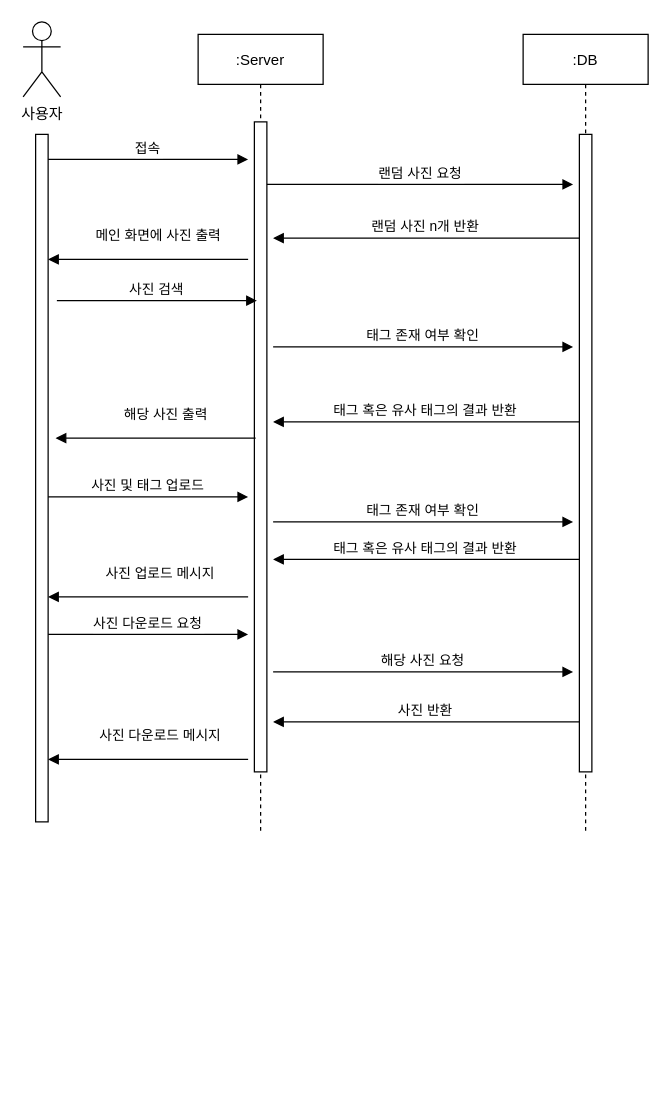
This is Untitled Diagram.drawio from betty214/codingtest, a draw.io file, before an edit. Source tidied: cells renumbered, new cells numbered last; positions are measured from the earlier drawing's top-left corner, leaving out a move shared by most shapes. Both pictures are drawn from the tidied source at 125%, with x=0, y=0 at pixel (22, 21).
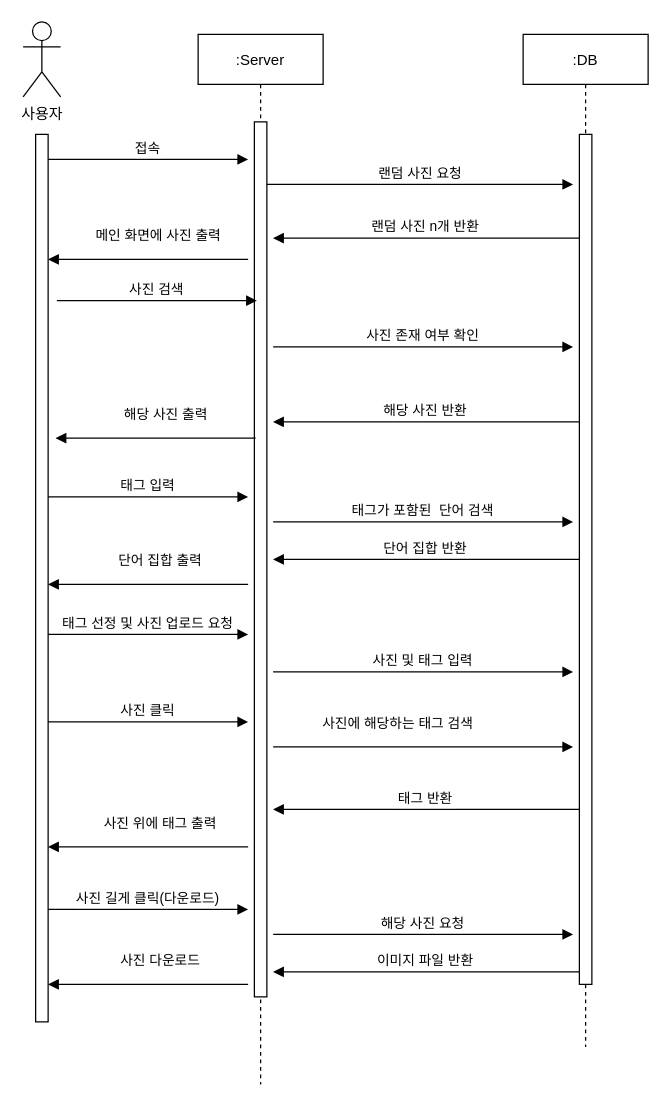
The same diagram, later.

Diff of the diagram source:
```diff
@@
     <mxCell id="2" value=":Server" style="shape=umlLifeline;perimeter=lifelinePerimeter;rounded=0;shadow=0;strokeWidth=1;" parent="1" vertex="1">
-      <mxGeometry x="140" y="10" width="100" height="640" as="geometry" />
+      <mxGeometry x="140" y="10" width="100" height="840" as="geometry" />
     </mxCell>
     <mxCell id="3" style="points=[];perimeter=orthogonalPerimeter;rounded=0;shadow=0;strokeWidth=1;" parent="2" vertex="1">
-      <mxGeometry x="45" y="70" width="10" height="520" as="geometry" />
+      <mxGeometry x="45" y="70" width="10" height="700" as="geometry" />
     </mxCell>
     <mxCell id="4" value=":DB" style="shape=umlLifeline;perimeter=lifelinePerimeter;rounded=0;shadow=0;strokeWidth=1;" parent="1" vertex="1">
-      <mxGeometry x="400" y="10" width="100" height="640" as="geometry" />
+      <mxGeometry x="400" y="10" width="100" height="810" as="geometry" />
     </mxCell>
     <mxCell id="5" style="perimeter=orthogonalPerimeter;rounded=0;shadow=0;strokeWidth=1;" parent="4" vertex="1">
-      <mxGeometry x="45" y="80" width="10" height="510" as="geometry" />
+      <mxGeometry x="45" y="80" width="10" height="680" as="geometry" />
     </mxCell>
@@
     <mxCell id="8" style="perimeter=orthogonalPerimeter;rounded=0;shadow=0;strokeWidth=1;" parent="1" vertex="1">
-      <mxGeometry x="10" y="90" width="10" height="550" as="geometry" />
+      <mxGeometry x="10" y="90" width="10" height="710" as="geometry" />
     </mxCell>
@@
-    <mxCell id="13" value="태그 존재 여부 확인" style="verticalAlign=bottom;endArrow=block;shadow=0;strokeWidth=1;" parent="1" edge="1">
+    <mxCell id="13" value="사진 존재 여부 확인" style="verticalAlign=bottom;endArrow=block;shadow=0;strokeWidth=1;" parent="1" edge="1">
       <mxGeometry relative="1" as="geometry">
         <mxPoint x="200" y="260" as="sourcePoint" />
         <mxPoint x="440" y="260" as="targetPoint" />
       </mxGeometry>
     </mxCell>
-    <mxCell id="14" value="태그 혹은 유사 태그의 결과 반환" style="verticalAlign=bottom;endArrow=block;shadow=0;strokeWidth=1;" parent="1" edge="1">
+    <mxCell id="14" value="해당 사진 반환" style="verticalAlign=bottom;endArrow=block;shadow=0;strokeWidth=1;" parent="1" edge="1">
       <mxGeometry relative="1" as="geometry">
         <mxPoint x="445" y="320" as="sourcePoint" />
         <mxPoint x="200" y="320" as="targetPoint" />
         <Array as="points">
           <mxPoint x="335" y="320" />
         </Array>
       </mxGeometry>
     </mxCell>
@@
-    <mxCell id="16" value="사진 및 태그 업로드" style="verticalAlign=bottom;endArrow=block;shadow=0;strokeWidth=1;" parent="1" edge="1">
+    <mxCell id="16" value="태그 입력" style="verticalAlign=bottom;endArrow=block;shadow=0;strokeWidth=1;" parent="1" edge="1">
       <mxGeometry relative="1" as="geometry">
         <mxPoint x="20" y="380" as="sourcePoint" />
         <mxPoint x="180" y="380" as="targetPoint" />
       </mxGeometry>
     </mxCell>
-    <mxCell id="17" value="태그 존재 여부 확인" style="verticalAlign=bottom;endArrow=block;shadow=0;strokeWidth=1;" parent="1" edge="1">
+    <mxCell id="17" value="태그가 포함된  단어 검색" style="verticalAlign=bottom;endArrow=block;shadow=0;strokeWidth=1;" parent="1" edge="1">
       <mxGeometry relative="1" as="geometry">
         <mxPoint x="200" y="400" as="sourcePoint" />
         <mxPoint x="440" y="400" as="targetPoint" />
       </mxGeometry>
     </mxCell>
-    <mxCell id="18" value="태그 혹은 유사 태그의 결과 반환" style="verticalAlign=bottom;endArrow=block;shadow=0;strokeWidth=1;" parent="1" edge="1">
+    <mxCell id="18" value="단어 집합 반환" style="verticalAlign=bottom;endArrow=block;shadow=0;strokeWidth=1;" parent="1" edge="1">
       <mxGeometry relative="1" as="geometry">
         <mxPoint x="445" y="430" as="sourcePoint" />
         <mxPoint x="200" y="430" as="targetPoint" />
       </mxGeometry>
     </mxCell>
-    <mxCell id="19" value="사진 다운로드 요청" style="verticalAlign=bottom;endArrow=block;shadow=0;strokeWidth=1;" parent="1" edge="1">
+    <mxCell id="19" value="태그 선정 및 사진 업로드 요청" style="verticalAlign=bottom;endArrow=block;shadow=0;strokeWidth=1;" parent="1" edge="1">
       <mxGeometry relative="1" as="geometry">
         <mxPoint x="20" y="490" as="sourcePoint" />
         <mxPoint x="180" y="490" as="targetPoint" />
       </mxGeometry>
     </mxCell>
-    <mxCell id="20" value="사진 업로드 메시지" style="verticalAlign=bottom;endArrow=block;shadow=0;strokeWidth=1;" parent="1" edge="1">
+    <mxCell id="20" value="단어 집합 출력" style="verticalAlign=bottom;endArrow=block;shadow=0;strokeWidth=1;" parent="1" edge="1">
       <mxGeometry x="-0.12" y="-10" relative="1" as="geometry">
-        <mxPoint x="180" y="460" as="sourcePoint" />
-        <mxPoint x="20" y="460" as="targetPoint" />
+        <mxPoint x="180" y="450" as="sourcePoint" />
+        <mxPoint x="20" y="450" as="targetPoint" />
       </mxGeometry>
     </mxCell>
-    <mxCell id="21" value="해당 사진 요청" style="verticalAlign=bottom;endArrow=block;shadow=0;strokeWidth=1;" parent="1" edge="1">
+    <mxCell id="21" value="사진 및 태그 입력" style="verticalAlign=bottom;endArrow=block;shadow=0;strokeWidth=1;" parent="1" edge="1">
       <mxGeometry relative="1" as="geometry">
         <mxPoint x="200" y="520" as="sourcePoint" />
         <mxPoint x="440" y="520" as="targetPoint" />
       </mxGeometry>
     </mxCell>
-    <mxCell id="22" value="사진 반환" style="verticalAlign=bottom;endArrow=block;shadow=0;strokeWidth=1;" parent="1" edge="1">
-      <mxGeometry relative="1" as="geometry">
-        <mxPoint x="445" y="560" as="sourcePoint" />
-        <mxPoint x="200" y="560" as="targetPoint" />
-      </mxGeometry>
-    </mxCell>
-    <mxCell id="23" value="사진 다운로드 메시지" style="verticalAlign=bottom;endArrow=block;shadow=0;strokeWidth=1;" parent="1" edge="1">
-      <mxGeometry x="-0.12" y="-10" relative="1" as="geometry">
-        <mxPoint x="180" y="590" as="sourcePoint" />
-        <mxPoint x="20" y="590" as="targetPoint" />
-      </mxGeometry>
-    </mxCell>
+    <mxCell id="24" value="사진 클릭" style="verticalAlign=bottom;endArrow=block;shadow=0;strokeWidth=1;" parent="1" edge="1">
+      <mxGeometry relative="1" as="geometry">
+        <mxPoint x="20" y="560" as="sourcePoint" />
+        <mxPoint x="180" y="560" as="targetPoint" />
+      </mxGeometry>
+    </mxCell>
+    <mxCell id="25" value="사진에 해당하는 태그 검색" style="verticalAlign=bottom;endArrow=block;shadow=0;strokeWidth=1;" parent="1" edge="1">
+      <mxGeometry x="-0.17" y="10" relative="1" as="geometry">
+        <mxPoint x="200" y="580" as="sourcePoint" />
+        <mxPoint x="440" y="580" as="targetPoint" />
+        <Array as="points">
+          <mxPoint x="330" y="580" />
+        </Array>
+      </mxGeometry>
+    </mxCell>
+    <mxCell id="26" value="사진 위에 태그 출력" style="verticalAlign=bottom;endArrow=block;shadow=0;strokeWidth=1;" parent="1" edge="1">
+      <mxGeometry x="-0.12" y="-10" relative="1" as="geometry">
+        <mxPoint x="180" y="660" as="sourcePoint" />
+        <mxPoint x="20" y="660" as="targetPoint" />
+      </mxGeometry>
+    </mxCell>
+    <mxCell id="27" value="태그 반환" style="verticalAlign=bottom;endArrow=block;shadow=0;strokeWidth=1;" parent="1" edge="1">
+      <mxGeometry relative="1" as="geometry">
+        <mxPoint x="445" y="630" as="sourcePoint" />
+        <mxPoint x="200" y="630" as="targetPoint" />
+      </mxGeometry>
+    </mxCell>
+    <mxCell id="28" value="사진 길게 클릭(다운로드)" style="verticalAlign=bottom;endArrow=block;shadow=0;strokeWidth=1;" parent="1" edge="1">
+      <mxGeometry relative="1" as="geometry">
+        <mxPoint x="20" y="710" as="sourcePoint" />
+        <mxPoint x="180" y="710" as="targetPoint" />
+      </mxGeometry>
+    </mxCell>
+    <mxCell id="29" value="해당 사진 요청" style="verticalAlign=bottom;endArrow=block;shadow=0;strokeWidth=1;" parent="1" edge="1">
+      <mxGeometry relative="1" as="geometry">
+        <mxPoint x="200" y="730" as="sourcePoint" />
+        <mxPoint x="440" y="730" as="targetPoint" />
+      </mxGeometry>
+    </mxCell>
+    <mxCell id="30" value="이미지 파일 반환" style="verticalAlign=bottom;endArrow=block;shadow=0;strokeWidth=1;" parent="1" edge="1">
+      <mxGeometry relative="1" as="geometry">
+        <mxPoint x="445" y="760" as="sourcePoint" />
+        <mxPoint x="200" y="760" as="targetPoint" />
+      </mxGeometry>
+    </mxCell>
+    <mxCell id="31" value="사진 다운로드" style="verticalAlign=bottom;endArrow=block;shadow=0;strokeWidth=1;" parent="1" edge="1">
+      <mxGeometry x="-0.12" y="-10" relative="1" as="geometry">
+        <mxPoint x="180" y="770" as="sourcePoint" />
+        <mxPoint x="20" y="770" as="targetPoint" />
+      </mxGeometry>
+    </mxCell>
```
